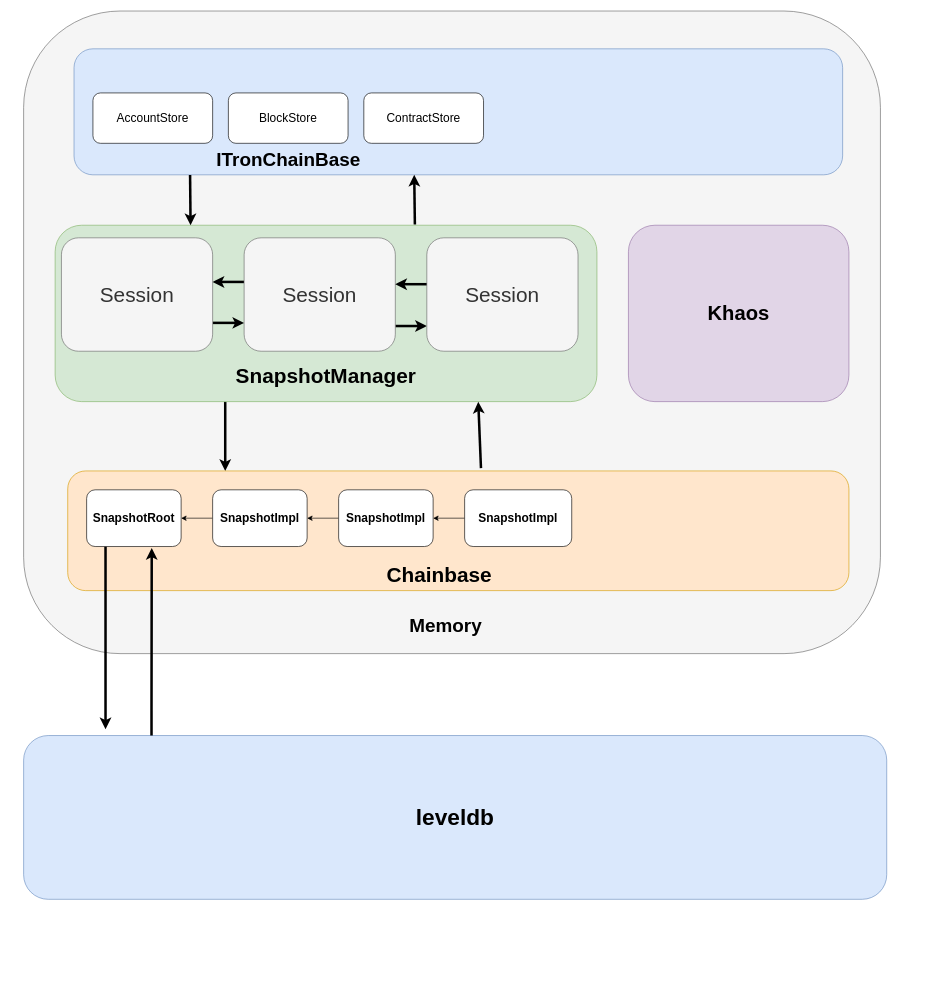
Above: drawio/数据库结构图.drawio in forfreeday/design (draw.io), before the change. Source tidied: cells renumbered, new cells numbered last; positions are measured from the earlier drawing's top-left corner, leaving out a move shared by most shapes. Both pictures are drawn from the tidied source at 63%, with x=0, y=0 at pixel (23, 11).
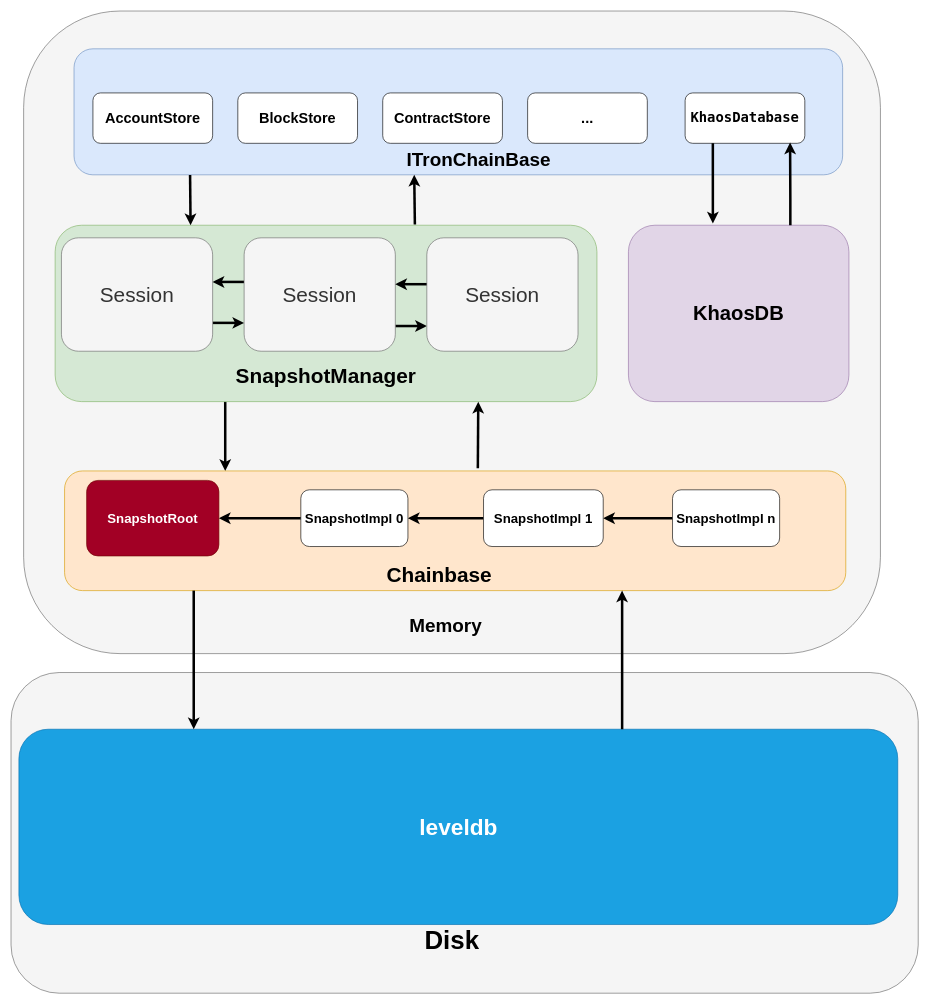
Above is the later version.

Commit message:
更新数据库结构图.drawio

Diff of the diagram source:
```diff
@@
+    <mxCell id="34" style="rounded=1;whiteSpace=wrap;html=1;fontSize=21;fillColor=#f5f5f5;fontColor=#333333;strokeColor=#666666;" parent="1" vertex="1">
+      <mxGeometry x="-20" y="1050" width="1440" height="509" as="geometry" />
+    </mxCell>
@@
-    <mxCell id="3" value="&lt;font style=&quot;font-size: 36px;&quot;&gt;leveldb&lt;/font&gt;" style="rounded=1;whiteSpace=wrap;html=1;fontStyle=1;fontSize=19;fillColor=#dae8fc;strokeColor=#6c8ebf;" parent="1" vertex="1">
-      <mxGeometry y="1150" width="1370" height="260" as="geometry" />
+    <mxCell id="3" value="&lt;font style=&quot;font-size: 36px;&quot;&gt;leveldb&lt;/font&gt;" style="rounded=1;whiteSpace=wrap;html=1;fontStyle=1;fontSize=19;fillColor=#1ba1e2;strokeColor=#006EAF;fontColor=#ffffff;" parent="1" vertex="1">
+      <mxGeometry x="-7.5" y="1140" width="1395" height="310" as="geometry" />
     </mxCell>
-    <mxCell id="4" value="&lt;b&gt;&lt;font style=&quot;font-size: 32px;&quot;&gt;Khaos&lt;/font&gt;&lt;/b&gt;" style="rounded=1;whiteSpace=wrap;html=1;fontSize=19;fillColor=#e1d5e7;strokeColor=#9673a6;" parent="1" vertex="1">
+    <mxCell id="4" value="&lt;b&gt;&lt;font style=&quot;font-size: 32px;&quot;&gt;KhaosDB&lt;/font&gt;&lt;/b&gt;" style="rounded=1;whiteSpace=wrap;html=1;fontSize=19;fillColor=#e1d5e7;strokeColor=#9673a6;" parent="1" vertex="1">
       <mxGeometry x="960" y="340" width="350" height="280" as="geometry" />
     </mxCell>
@@
     <mxCell id="6" style="rounded=1;whiteSpace=wrap;html=1;fontSize=19;fillColor=#ffe6cc;strokeColor=#d79b00;" parent="1" vertex="1">
-      <mxGeometry x="70" y="730" width="1240" height="190" as="geometry" />
+      <mxGeometry x="65" y="730" width="1240" height="190" as="geometry" />
     </mxCell>
-    <mxCell id="7" style="edgeStyle=orthogonalEdgeStyle;rounded=0;jettySize=auto;html=1;entryX=0.689;entryY=1.026;entryDx=0;entryDy=0;entryPerimeter=0;fontSize=33;strokeWidth=4;" parent="1" edge="1" source="3" target="16">
+    <mxCell id="7" style="edgeStyle=orthogonalEdgeStyle;rounded=0;jettySize=auto;html=1;fontSize=33;strokeWidth=4;" parent="1" edge="1" source="3" target="6">
       <mxGeometry relative="1" as="geometry">
         <Array as="points">
-          <mxPoint x="203" y="1110" />
-          <mxPoint x="203" y="1110" />
+          <mxPoint x="950" y="970" />
+          <mxPoint x="950" y="970" />
         </Array>
       </mxGeometry>
     </mxCell>
@@
-    <mxCell id="9" style="edgeStyle=orthogonalEdgeStyle;rounded=0;jettySize=auto;html=1;fontSize=19;" parent="1" edge="1" source="10" target="12">
+    <mxCell id="9" style="edgeStyle=orthogonalEdgeStyle;rounded=0;jettySize=auto;html=1;fontSize=19;strokeWidth=4;" parent="1" edge="1" source="10" target="12">
       <mxGeometry relative="1" as="geometry" />
     </mxCell>
-    <mxCell id="10" value="SnapshotImpl" style="rounded=1;whiteSpace=wrap;html=1;fontSize=19;fontStyle=1;" parent="1" vertex="1">
-      <mxGeometry x="700" y="760" width="170" height="90" as="geometry" />
+    <mxCell id="10" value="SnapshotImpl n" style="rounded=1;whiteSpace=wrap;html=1;fontSize=21;fontStyle=1;" parent="1" vertex="1">
+      <mxGeometry x="1030" y="760" width="170" height="90" as="geometry" />
     </mxCell>
-    <mxCell id="11" style="edgeStyle=orthogonalEdgeStyle;rounded=0;jettySize=auto;html=1;fontSize=19;" parent="1" edge="1" source="12" target="14">
+    <mxCell id="11" style="edgeStyle=orthogonalEdgeStyle;rounded=0;jettySize=auto;html=1;fontSize=19;strokeWidth=4;" parent="1" edge="1" source="12" target="14">
       <mxGeometry relative="1" as="geometry" />
     </mxCell>
-    <mxCell id="12" value="SnapshotImpl" style="rounded=1;whiteSpace=wrap;html=1;fontSize=19;fontStyle=1;" parent="1" vertex="1">
-      <mxGeometry x="500" y="760" width="150" height="90" as="geometry" />
+    <mxCell id="12" value="SnapshotImpl 1" style="rounded=1;whiteSpace=wrap;html=1;fontSize=21;fontStyle=1;" parent="1" vertex="1">
+      <mxGeometry x="730" y="760" width="190" height="90" as="geometry" />
     </mxCell>
-    <mxCell id="13" style="edgeStyle=orthogonalEdgeStyle;rounded=0;jettySize=auto;html=1;fontSize=19;" parent="1" edge="1" source="14" target="16">
+    <mxCell id="13" style="edgeStyle=orthogonalEdgeStyle;rounded=0;jettySize=auto;html=1;fontSize=19;strokeWidth=4;" parent="1" edge="1" source="14" target="16">
       <mxGeometry relative="1" as="geometry" />
     </mxCell>
-    <mxCell id="14" value="SnapshotImpl" style="rounded=1;whiteSpace=wrap;html=1;fontSize=19;fontStyle=1;" parent="1" vertex="1">
-      <mxGeometry x="300" y="760" width="150" height="90" as="geometry" />
+    <mxCell id="14" value="SnapshotImpl 0" style="rounded=1;whiteSpace=wrap;html=1;fontSize=21;fontStyle=1;" parent="1" vertex="1">
+      <mxGeometry x="440" y="760" width="170" height="90" as="geometry" />
     </mxCell>
+    <mxCell id="18" style="rounded=1;whiteSpace=wrap;html=1;fontSize=30;fillColor=#dae8fc;strokeColor=#6c8ebf;" parent="1" vertex="1">
+      <mxGeometry x="80" y="60" width="1220" height="200" as="geometry" />
+    </mxCell>
-    <mxCell id="15" style="edgeStyle=orthogonalEdgeStyle;rounded=0;jettySize=auto;html=1;fontSize=33;strokeWidth=4;" parent="1" edge="1" source="16">
+    <mxCell id="15" style="edgeStyle=orthogonalEdgeStyle;rounded=0;jettySize=auto;html=1;fontSize=33;strokeWidth=4;" parent="1" edge="1" source="6">
       <mxGeometry relative="1" as="geometry">
-        <mxPoint x="130" y="1140" as="targetPoint" />
+        <mxPoint x="270" y="1140" as="targetPoint" />
         <Array as="points">
-          <mxPoint x="130" y="1070" />
-          <mxPoint x="130" y="1070" />
+          <mxPoint x="270" y="960" />
+          <mxPoint x="270" y="960" />
         </Array>
       </mxGeometry>
     </mxCell>
-    <mxCell id="16" value="SnapshotRoot" style="rounded=1;whiteSpace=wrap;html=1;fontSize=19;fontStyle=1;" parent="1" vertex="1">
-      <mxGeometry x="100" y="760" width="150" height="90" as="geometry" />
+    <mxCell id="16" value="SnapshotRoot" style="rounded=1;whiteSpace=wrap;html=1;fontSize=21;fontStyle=1;fillColor=#a20025;strokeColor=#6F0000;fontColor=#ffffff;" parent="1" vertex="1">
+      <mxGeometry x="100" y="745" width="210" height="120" as="geometry" />
     </mxCell>
@@
-    <mxCell id="18" style="rounded=1;whiteSpace=wrap;html=1;fontSize=30;fillColor=#dae8fc;strokeColor=#6c8ebf;" parent="1" vertex="1">
-      <mxGeometry x="80" y="60" width="1220" height="200" as="geometry" />
-    </mxCell>
-    <mxCell id="19" value="AccountStore" style="rounded=1;whiteSpace=wrap;html=1;fontSize=19;" parent="1" vertex="1">
+    <mxCell id="19" value="AccountStore" style="rounded=1;whiteSpace=wrap;html=1;fontSize=23;fontStyle=1;" parent="1" vertex="1">
       <mxGeometry x="110" y="130" width="190" height="80" as="geometry" />
     </mxCell>
     <mxCell id="20" value="&lt;b&gt;ITronChainBase&lt;/b&gt;" style="text;html=1;strokeColor=none;fillColor=none;align=center;verticalAlign=middle;whiteSpace=wrap;rounded=0;fontSize=30;" parent="1" vertex="1">
-      <mxGeometry x="367.5" y="220" width="105" height="30" as="geometry" />
+      <mxGeometry x="670" y="220" width="105" height="30" as="geometry" />
     </mxCell>
-    <mxCell id="21" value="BlockStore" style="rounded=1;whiteSpace=wrap;html=1;fontSize=19;" parent="1" vertex="1">
-      <mxGeometry x="325" y="130" width="190" height="80" as="geometry" />
+    <mxCell id="21" value="BlockStore" style="rounded=1;whiteSpace=wrap;html=1;fontSize=23;fontStyle=1;" parent="1" vertex="1">
+      <mxGeometry x="340" y="130" width="190" height="80" as="geometry" />
     </mxCell>
-    <mxCell id="22" value="ContractStore" style="rounded=1;whiteSpace=wrap;html=1;fontSize=19;" parent="1" vertex="1">
-      <mxGeometry x="540" y="130" width="190" height="80" as="geometry" />
+    <mxCell id="22" value="ContractStore" style="rounded=1;whiteSpace=wrap;html=1;fontSize=23;fontStyle=1;" parent="1" vertex="1">
+      <mxGeometry x="570" y="130" width="190" height="80" as="geometry" />
     </mxCell>
@@
+    <mxCell id="35" value="&lt;pre style=&quot;background-color: rgb(255, 255, 255); color: rgb(8, 8, 8); font-family: Menlo, monospace;&quot;&gt;&lt;span style=&quot;color: rgb(0, 0, 0);&quot;&gt;&lt;font style=&quot;font-size: 22px;&quot;&gt;KhaosDatabase&lt;/font&gt;&lt;/span&gt;&lt;/pre&gt;" style="rounded=1;whiteSpace=wrap;html=1;fontSize=19;fontStyle=1;" parent="1" vertex="1">
+      <mxGeometry x="1050" y="130" width="190" height="80" as="geometry" />
+    </mxCell>
+    <mxCell id="36" style="edgeStyle=orthogonalEdgeStyle;rounded=0;jettySize=auto;html=1;entryX=0.383;entryY=-0.01;entryDx=0;entryDy=0;entryPerimeter=0;fontSize=33;strokeWidth=4;" parent="1" edge="1" source="35" target="4">
+      <mxGeometry relative="1" as="geometry">
+        <Array as="points">
+          <mxPoint x="1094" y="230" />
+          <mxPoint x="1094" y="230" />
+        </Array>
+      </mxGeometry>
+    </mxCell>
+    <mxCell id="37" style="edgeStyle=orthogonalEdgeStyle;rounded=0;jettySize=auto;html=1;fontSize=33;strokeWidth=4;entryX=0.877;entryY=0.983;entryDx=0;entryDy=0;entryPerimeter=0;" parent="1" edge="1" source="4" target="35">
+      <mxGeometry relative="1" as="geometry">
+        <Array as="points">
+          <mxPoint x="1217" y="300" />
+          <mxPoint x="1217" y="300" />
+        </Array>
+      </mxGeometry>
+    </mxCell>
+    <mxCell id="38" value="..." style="rounded=1;whiteSpace=wrap;html=1;fontSize=23;fontStyle=1;" parent="1" vertex="1">
+      <mxGeometry x="800" y="130" width="190" height="80" as="geometry" />
+    </mxCell>
+    <mxCell id="39" value="&lt;b style=&quot;font-size: 41px;&quot;&gt;Disk&lt;br style=&quot;font-size: 41px;&quot;&gt;&lt;/b&gt;" style="text;html=1;strokeColor=none;fillColor=none;align=center;verticalAlign=middle;whiteSpace=wrap;rounded=0;fontSize=41;" parent="1" vertex="1">
+      <mxGeometry x="650" y="1460" width="60" height="30" as="geometry" />
+    </mxCell>
```
